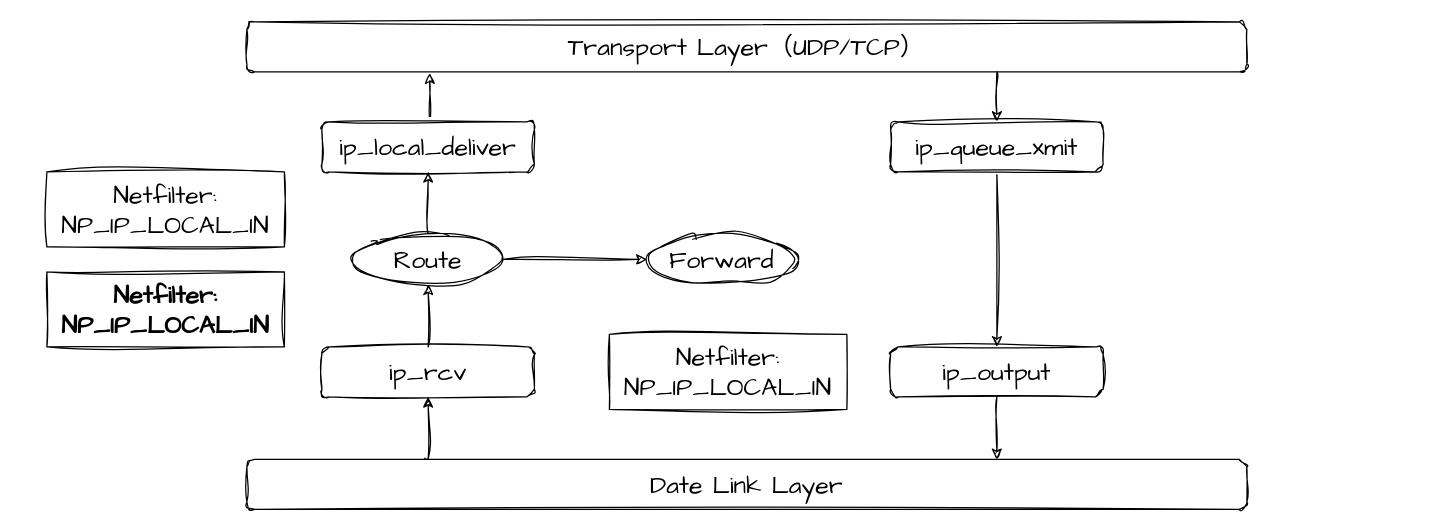
Before: images/网络层处理.drawio in ji92/markdown_picture, a draw.io diagram. Source tidied: cells renumbered, new cells numbered last; positions are measured from the earlier drawing's top-left corner, leaving out a move shared by most shapes. Both pictures are drawn from the tidied source at 125%, with x=0, y=0 at pixel (46, 21).
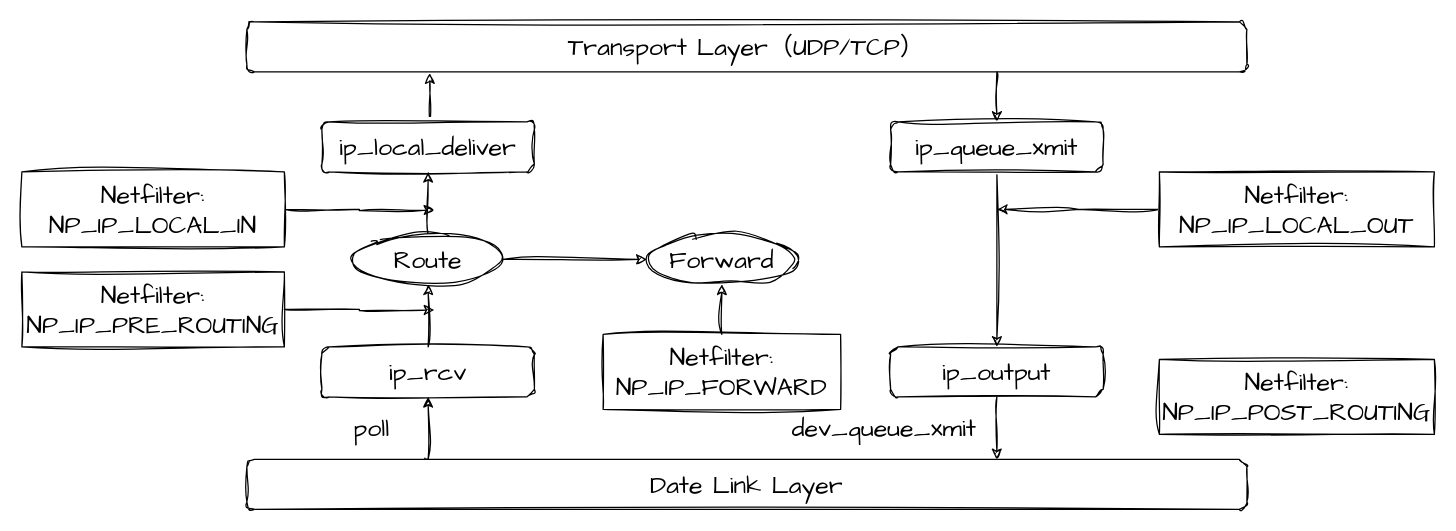
After the change.

Commit message (it also covers changes not shown here):
更新网络层处理.drawio

Unchanged cells that the change refers to:
```xml
<mxCell id="11" value="Forward" style="ellipse;whiteSpace=wrap;html=1;sketch=1;hachureGap=4;jiggle=2;curveFitting=1;fontFamily=Architects Daughter;fontSize=20;" parent="1" vertex="1">
  <mxGeometry x="480" y="170" width="120" height="40" as="geometry" />
</mxCell>
```

Change to the diagram source:
```diff
@@
+    <mxCell id="21" style="edgeStyle=orthogonalEdgeStyle;rounded=0;sketch=1;hachureGap=4;jiggle=2;curveFitting=1;jettySize=auto;html=1;exitX=1;exitY=0.5;exitDx=0;exitDy=0;fontFamily=Architects Daughter;fontSize=16;" parent="1" edge="1" source="18">
+      <mxGeometry relative="1" as="geometry">
+        <mxPoint x="310" y="150.5" as="targetPoint" />
+      </mxGeometry>
+    </mxCell>
     <mxCell id="18" value="Netfilter:&lt;br&gt;NP_IP_LOCAL_IN" style="rounded=0;whiteSpace=wrap;html=1;sketch=1;hachureGap=4;jiggle=2;curveFitting=1;fontFamily=Architects Daughter;fontSize=20;" parent="1" vertex="1">
-      <mxGeometry y="120" width="190" height="60" as="geometry" />
+      <mxGeometry x="-20" y="120" width="210" height="60" as="geometry" />
     </mxCell>
+    <mxCell id="22" style="edgeStyle=orthogonalEdgeStyle;rounded=0;sketch=1;hachureGap=4;jiggle=2;curveFitting=1;jettySize=auto;html=1;exitX=1;exitY=0.5;exitDx=0;exitDy=0;fontFamily=Architects Daughter;fontSize=16;" parent="1" edge="1" source="19">
+      <mxGeometry relative="1" as="geometry">
+        <mxPoint x="310" y="230.5" as="targetPoint" />
+      </mxGeometry>
+    </mxCell>
-    <mxCell id="19" value="Netfilter:&lt;br&gt;NP_IP_LOCAL_IN" style="rounded=0;whiteSpace=wrap;html=1;sketch=1;hachureGap=4;jiggle=2;curveFitting=1;fontFamily=Architects Daughter;fontSize=20;fontStyle=1;" parent="1" vertex="1">
-      <mxGeometry y="200" width="190" height="60" as="geometry" />
+    <mxCell id="19" value="Netfilter:&lt;br&gt;NP_IP_PRE_ROUTING" style="rounded=0;whiteSpace=wrap;html=1;sketch=1;hachureGap=4;jiggle=2;curveFitting=1;fontFamily=Architects Daughter;fontSize=20;fontStyle=0;" parent="1" vertex="1">
+      <mxGeometry x="-20" y="200" width="210" height="60" as="geometry" />
     </mxCell>
+    <mxCell id="23" style="edgeStyle=orthogonalEdgeStyle;rounded=0;sketch=1;hachureGap=4;jiggle=2;curveFitting=1;jettySize=auto;html=1;exitX=0.5;exitY=0;exitDx=0;exitDy=0;fontFamily=Architects Daughter;fontSize=16;" parent="1" edge="1" source="20" target="11">
+      <mxGeometry relative="1" as="geometry" />
+    </mxCell>
-    <mxCell id="20" value="Netfilter:&lt;br&gt;NP_IP_LOCAL_IN" style="rounded=0;whiteSpace=wrap;html=1;sketch=1;hachureGap=4;jiggle=2;curveFitting=1;fontFamily=Architects Daughter;fontSize=20;" parent="1" vertex="1">
-      <mxGeometry x="450" y="250" width="190" height="60" as="geometry" />
+    <mxCell id="20" value="Netfilter:&lt;br&gt;NP_IP_FORWARD" style="rounded=0;whiteSpace=wrap;html=1;sketch=1;hachureGap=4;jiggle=2;curveFitting=1;fontFamily=Architects Daughter;fontSize=20;" parent="1" vertex="1">
+      <mxGeometry x="445" y="250" width="190" height="60" as="geometry" />
     </mxCell>
+    <mxCell id="24" value="poll" style="text;html=1;strokeColor=none;fillColor=none;align=center;verticalAlign=middle;whiteSpace=wrap;rounded=0;fontSize=20;fontFamily=Architects Daughter;" parent="1" vertex="1">
+      <mxGeometry x="230" y="310" width="60" height="30" as="geometry" />
+    </mxCell>
+    <mxCell id="25" style="edgeStyle=orthogonalEdgeStyle;rounded=0;sketch=1;hachureGap=4;jiggle=2;curveFitting=1;jettySize=auto;html=1;fontFamily=Architects Daughter;fontSize=16;" parent="1" edge="1" source="26">
+      <mxGeometry relative="1" as="geometry">
+        <mxPoint x="760" y="150" as="targetPoint" />
+      </mxGeometry>
+    </mxCell>
+    <mxCell id="26" value="Netfilter:&lt;br&gt;NP_IP_LOCAL_OUT" style="rounded=0;whiteSpace=wrap;html=1;sketch=1;hachureGap=4;jiggle=2;curveFitting=1;fontFamily=Architects Daughter;fontSize=20;" parent="1" vertex="1">
+      <mxGeometry x="890" y="120" width="220" height="60" as="geometry" />
+    </mxCell>
+    <mxCell id="27" value="Netfilter:&lt;br&gt;NP_IP_POST_ROUTING" style="rounded=0;whiteSpace=wrap;html=1;sketch=1;hachureGap=4;jiggle=2;curveFitting=1;fontFamily=Architects Daughter;fontSize=20;" parent="1" vertex="1">
+      <mxGeometry x="890" y="270" width="220" height="60" as="geometry" />
+    </mxCell>
+    <mxCell id="28" value="dev_queue_xmit" style="text;html=1;strokeColor=none;fillColor=none;align=center;verticalAlign=middle;whiteSpace=wrap;rounded=0;fontSize=20;fontFamily=Architects Daughter;" parent="1" vertex="1">
+      <mxGeometry x="640" y="310" width="60" height="30" as="geometry" />
+    </mxCell>
```
